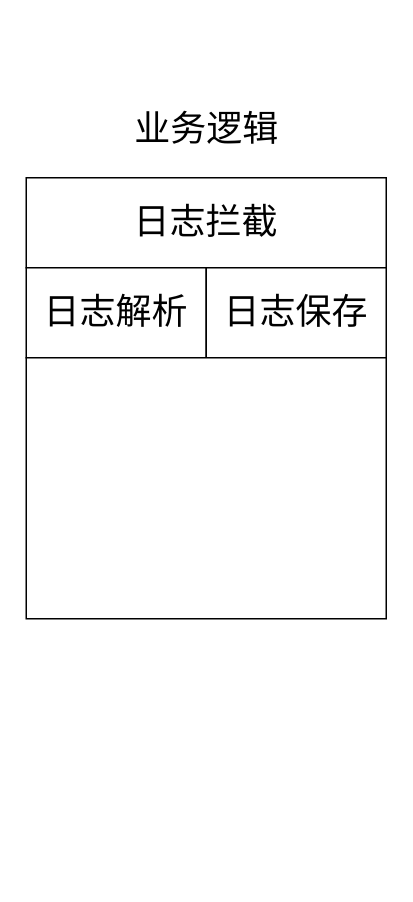
The draw.io diagram ACC_Doc/步骤日志AOP结构图.drawio in yamakaze/A_DrawioRepo, before the edit. Source tidied: cells renumbered, new cells numbered last; positions are measured from the earlier drawing's top-left corner, leaving out a move shared by most shapes. Both pictures are drawn from the tidied source at 150%, with x=0, y=0 at pixel (26, 99).
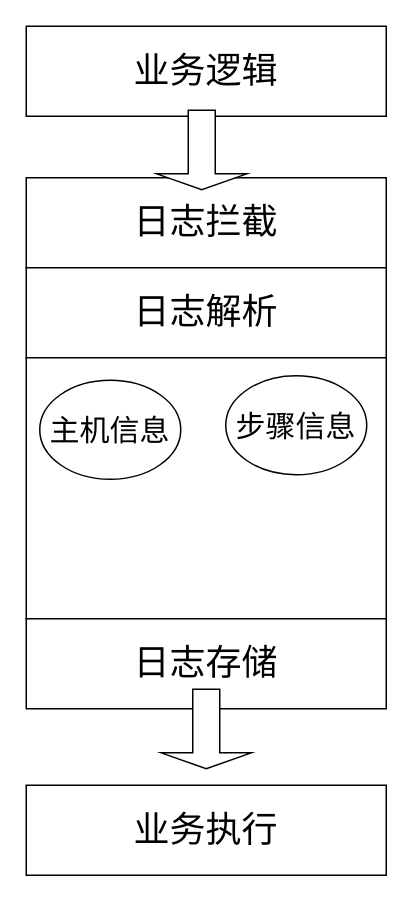
Above is the later version.

Commit message:
更新步骤日志AOP结构图.drawio

The edit, as a diff of the source:
```diff
@@
 <mxGraphModel>
   <root>
     <mxCell id="0" />
     <mxCell id="1" parent="0" />
     <mxCell id="2" value="&lt;font style=&quot;font-size: 24px;&quot;&gt;日志拦截&lt;/font&gt;" style="rounded=0;whiteSpace=wrap;html=1;" parent="1" vertex="1">
       <mxGeometry y="52" width="240" height="60" as="geometry" />
     </mxCell>
     <mxCell id="3" value="&lt;font style=&quot;font-size: 24px;&quot;&gt;日志解析&lt;/font&gt;" style="rounded=0;whiteSpace=wrap;html=1;" parent="1" vertex="1">
-      <mxGeometry y="112" width="120" height="60" as="geometry" />
+      <mxGeometry y="112" width="240" height="60" as="geometry" />
     </mxCell>
+    <mxCell id="6" style="rounded=0;whiteSpace=wrap;html=1;" parent="1" vertex="1">
+      <mxGeometry y="172" width="240" height="174" as="geometry" />
+    </mxCell>
+    <mxCell id="7" value="&lt;font style=&quot;font-size: 24px;&quot;&gt;日志存储&lt;/font&gt;" style="rounded=0;whiteSpace=wrap;html=1;" parent="1" vertex="1">
+      <mxGeometry y="346" width="240" height="60" as="geometry" />
+    </mxCell>
+    <mxCell id="8" style="shape=singleArrow;direction=south;whiteSpace=wrap;html=1;" parent="1" vertex="1">
+      <mxGeometry x="90" y="393" width="60" height="53" as="geometry" />
+    </mxCell>
+    <mxCell id="9" value="&lt;span style=&quot;font-size: 24px;&quot;&gt;业务执行&lt;/span&gt;" style="rounded=0;whiteSpace=wrap;html=1;" parent="1" vertex="1">
+      <mxGeometry y="457" width="240" height="60" as="geometry" />
+    </mxCell>
-    <mxCell id="4" value="&lt;font style=&quot;font-size: 24px;&quot;&gt;业务逻辑&lt;/font&gt;" style="text;html=1;align=center;verticalAlign=middle;strokeColor=none;fillColor=none;" parent="1" vertex="1">
-      <mxGeometry x="60" width="120" height="40" as="geometry" />
+    <mxCell id="4" value="&lt;font style=&quot;font-size: 24px;&quot;&gt;业务逻辑&lt;/font&gt;" style="rounded=0;whiteSpace=wrap;html=1;" parent="1" vertex="1">
+      <mxGeometry y="-49" width="240" height="60" as="geometry" />
     </mxCell>
-    <mxCell id="5" value="&lt;font style=&quot;font-size: 24px;&quot;&gt;日志保存&lt;/font&gt;" style="rounded=0;whiteSpace=wrap;html=1;" parent="1" vertex="1">
-      <mxGeometry x="120" y="112" width="120" height="60" as="geometry" />
-    </mxCell>
-    <mxCell id="6" style="rounded=0;whiteSpace=wrap;html=1;" parent="1" vertex="1">
-      <mxGeometry y="172" width="240" height="174" as="geometry" />
-    </mxCell>
+    <mxCell id="10" style="shape=singleArrow;direction=south;whiteSpace=wrap;html=1;" parent="1" vertex="1">
+      <mxGeometry x="87" y="7" width="60" height="53" as="geometry" />
+    </mxCell>
+    <mxCell id="11" value="&lt;span style=&quot;font-size: 20px;&quot;&gt;主机信息&lt;/span&gt;" style="ellipse;whiteSpace=wrap;html=1;" parent="1" vertex="1">
+      <mxGeometry x="9" y="187" width="94" height="66" as="geometry" />
+    </mxCell>
+    <mxCell id="12" value="&lt;span style=&quot;font-size: 20px;&quot;&gt;步骤信息&lt;/span&gt;" style="ellipse;whiteSpace=wrap;html=1;" parent="1" vertex="1">
+      <mxGeometry x="133" y="184" width="94" height="66" as="geometry" />
+    </mxCell>
   </root>
 </mxGraphModel>
```
